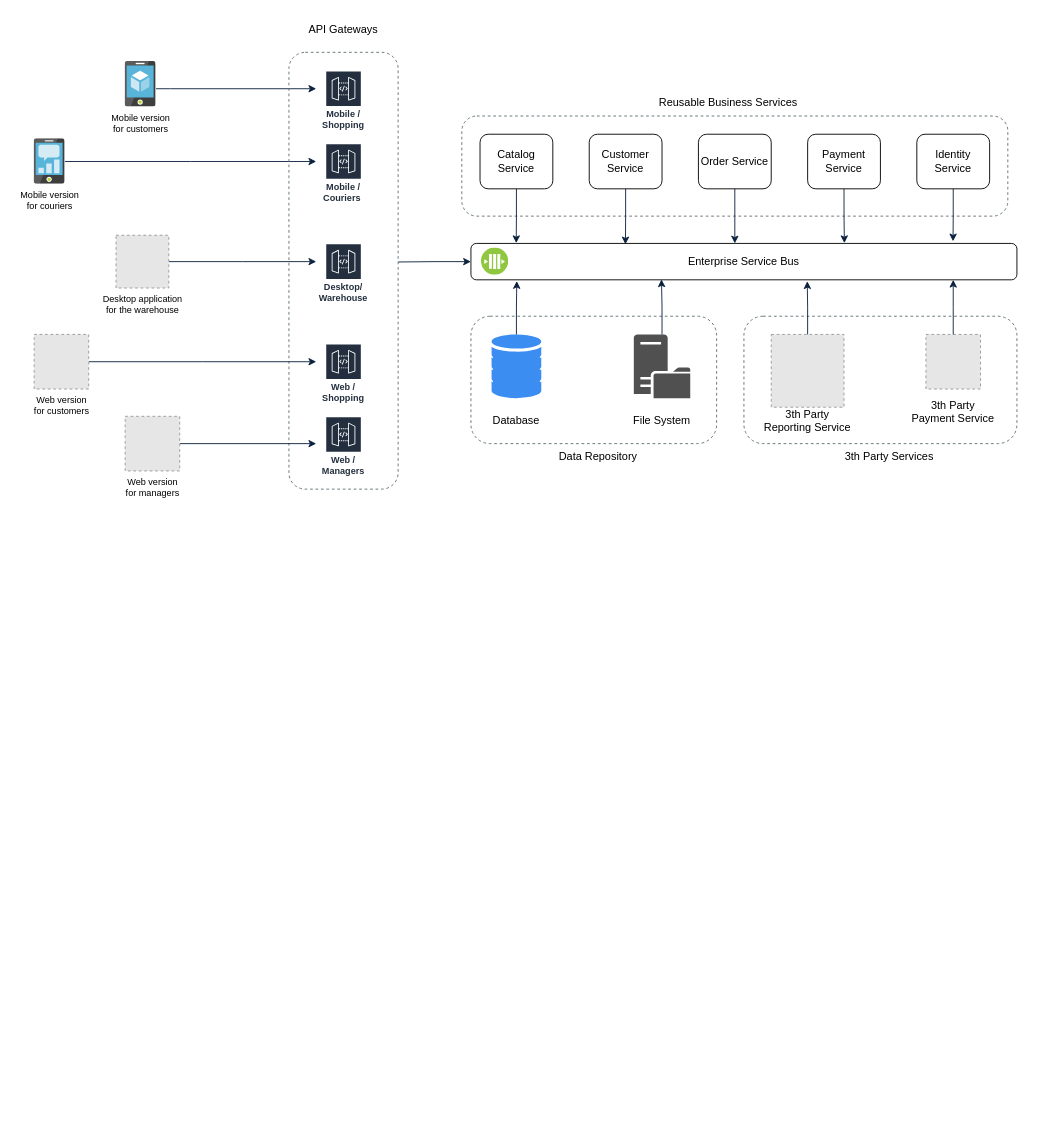
Before: docs/Architectural Styles and Patterns/Module 1 - Architecture style.drawio in DmitrijKovalev/.NET-Mentoring-Program-Advanced, a draw.io diagram. Source tidied: cells renumbered, new cells numbered last; positions are measured from the earlier drawing's top-left corner, leaving out a move shared by most shapes. Both pictures are drawn from the tidied source at 91%, with x=0, y=0 at pixel (34, 15). Pictures stored in the file or linked from it are replaced by grey dashed boxes.
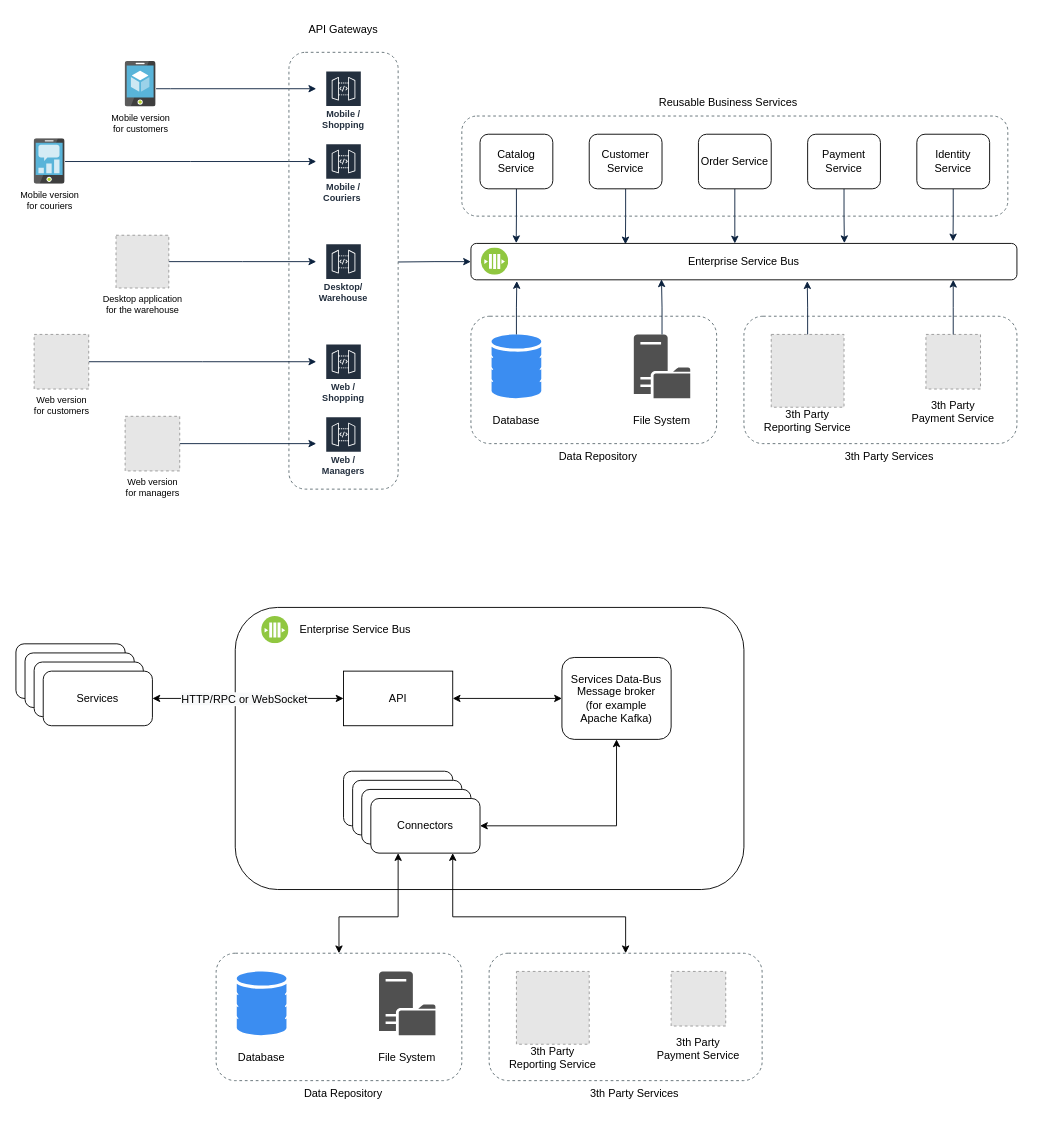
Above is the later version.

Commit message (it also covers changes not shown here):
Module 1 - Updated home task (#3)

Change to the diagram source:
```diff
@@
+    <mxCell id="55" style="rounded=1;whiteSpace=wrap;html=1;fillColor=none;" parent="1" vertex="1">
+      <mxGeometry x="221" y="650" width="559" height="310" as="geometry" />
+    </mxCell>
@@
+    <mxCell id="56" style="rounded=1;whiteSpace=wrap;html=1;" parent="1" vertex="1">
+      <mxGeometry x="-20" y="690" width="120" height="60" as="geometry" />
+    </mxCell>
+    <mxCell id="57" style="rounded=1;whiteSpace=wrap;html=1;" parent="1" vertex="1">
+      <mxGeometry x="-10" y="700" width="120" height="60" as="geometry" />
+    </mxCell>
+    <mxCell id="58" style="rounded=1;whiteSpace=wrap;html=1;" parent="1" vertex="1">
+      <mxGeometry y="710" width="120" height="60" as="geometry" />
+    </mxCell>
+    <mxCell id="59" value="Services" style="rounded=1;whiteSpace=wrap;html=1;" parent="1" vertex="1">
+      <mxGeometry x="10" y="720" width="120" height="60" as="geometry" />
+    </mxCell>
+    <mxCell id="60" style="edgeStyle=orthogonalEdgeStyle;rounded=0;jettySize=auto;html=1;entryX=1;entryY=0.5;entryDx=0;entryDy=0;startArrow=classic;startFill=1;" parent="1" edge="1" source="63" target="59">
+      <mxGeometry relative="1" as="geometry" />
+    </mxCell>
+    <mxCell id="61" value="&lt;span style=&quot;font-size: 12px; background-color: rgb(248, 249, 250);&quot;&gt;HTTP/RPC or WebSocket&lt;/span&gt;" style="edgeLabel;html=1;align=center;verticalAlign=middle;" parent="60" vertex="1">
+      <mxGeometry x="0.3" y="1" relative="1" as="geometry">
+        <mxPoint x="27" y="-1" as="offset" />
+      </mxGeometry>
+    </mxCell>
+    <mxCell id="62" style="edgeStyle=orthogonalEdgeStyle;rounded=0;jettySize=auto;html=1;entryX=0;entryY=0.5;entryDx=0;entryDy=0;startArrow=classic;startFill=1;" parent="1" edge="1" source="63" target="64">
+      <mxGeometry relative="1" as="geometry" />
+    </mxCell>
+    <mxCell id="63" value="API" style="rounded=0;whiteSpace=wrap;html=1;" parent="1" vertex="1">
+      <mxGeometry x="340" y="720" width="120" height="60" as="geometry" />
+    </mxCell>
+    <mxCell id="64" value="Services Data-Bus&lt;br&gt;Message broker&lt;br&gt;(for example &lt;br&gt;Apache Kafka)" style="rounded=1;whiteSpace=wrap;html=1;" parent="1" vertex="1">
+      <mxGeometry x="580" y="705" width="120" height="90" as="geometry" />
+    </mxCell>
+    <mxCell id="65" style="perimeter=ellipsePerimeter;html=1;align=center;shadow=0;dashed=0;fontColor=#4277BB;labelBackgroundColor=#ffffff;fontSize=12;spacingTop=3;image;image=img/lib/ibm/blockchain/message_bus.svg;" parent="1" vertex="1">
+      <mxGeometry x="250" y="660" width="30" height="30" as="geometry" />
+    </mxCell>
+    <mxCell id="66" value="&lt;span style=&quot;text-align: center;&quot;&gt;Enterprise Service Bus&lt;/span&gt;" style="text;html=1;strokeColor=none;fillColor=none;align=left;verticalAlign=middle;whiteSpace=wrap;rounded=0;" parent="1" vertex="1">
+      <mxGeometry x="290" y="660" width="270" height="30" as="geometry" />
+    </mxCell>
+    <mxCell id="67" style="rounded=1;whiteSpace=wrap;html=1;" parent="1" vertex="1">
+      <mxGeometry x="340" y="830" width="120" height="60" as="geometry" />
+    </mxCell>
+    <mxCell id="68" style="rounded=1;whiteSpace=wrap;html=1;" parent="1" vertex="1">
+      <mxGeometry x="350" y="840" width="120" height="60" as="geometry" />
+    </mxCell>
+    <mxCell id="69" style="rounded=1;whiteSpace=wrap;html=1;" parent="1" vertex="1">
+      <mxGeometry x="360" y="850" width="120" height="60" as="geometry" />
+    </mxCell>
+    <mxCell id="70" style="edgeStyle=orthogonalEdgeStyle;rounded=0;jettySize=auto;html=1;entryX=0.5;entryY=1;entryDx=0;entryDy=0;startArrow=classic;startFill=1;" parent="1" edge="1" source="73" target="64">
+      <mxGeometry relative="1" as="geometry" />
+    </mxCell>
+    <mxCell id="71" style="edgeStyle=orthogonalEdgeStyle;rounded=0;jettySize=auto;html=1;exitX=0.25;exitY=1;exitDx=0;exitDy=0;entryX=0.5;entryY=0;entryDx=0;entryDy=0;startArrow=classic;startFill=1;" parent="1" edge="1" source="73" target="81">
+      <mxGeometry relative="1" as="geometry">
+        <Array as="points">
+          <mxPoint x="400" y="990" />
+          <mxPoint x="335" y="990" />
+        </Array>
+      </mxGeometry>
+    </mxCell>
+    <mxCell id="72" style="edgeStyle=orthogonalEdgeStyle;rounded=0;jettySize=auto;html=1;exitX=0.75;exitY=1;exitDx=0;exitDy=0;entryX=0.5;entryY=0;entryDx=0;entryDy=0;startArrow=classic;startFill=1;" parent="1" edge="1" source="73" target="82">
+      <mxGeometry relative="1" as="geometry">
+        <Array as="points">
+          <mxPoint x="460" y="990" />
+          <mxPoint x="650" y="990" />
+        </Array>
+      </mxGeometry>
+    </mxCell>
+    <mxCell id="73" value="Connectors" style="rounded=1;whiteSpace=wrap;html=1;" parent="1" vertex="1">
+      <mxGeometry x="370" y="860" width="120" height="60" as="geometry" />
+    </mxCell>
+    <mxCell id="74" value="Data Repository" style="text;html=1;strokeColor=none;fillColor=none;align=center;verticalAlign=middle;whiteSpace=wrap;rounded=0;" parent="1" vertex="1">
+      <mxGeometry x="260" y="1170" width="160" height="30" as="geometry" />
+    </mxCell>
+    <mxCell id="75" style="group;" parent="1" vertex="1">
+      <mxGeometry x="200" y="1050" width="100" height="110" as="geometry" />
+    </mxCell>
+    <mxCell id="76" style="sketch=0;html=1;strokeColor=none;shadow=0;align=center;verticalAlign=top;fillColor=#3B8DF1;shape=mxgraph.gcp2.database_2;" parent="75" vertex="1">
+      <mxGeometry x="22.7" width="54.6" height="70" as="geometry" />
+    </mxCell>
+    <mxCell id="77" value="Database" style="text;html=1;strokeColor=none;fillColor=none;align=center;verticalAlign=middle;whiteSpace=wrap;rounded=0;" parent="75" vertex="1">
+      <mxGeometry y="80" width="100" height="30" as="geometry" />
+    </mxCell>
+    <mxCell id="78" style="group;" parent="1" vertex="1">
+      <mxGeometry x="360" y="1050" width="470" height="120" as="geometry" />
+    </mxCell>
+    <mxCell id="79" style="sketch=0;shadow=0;dashed=0;html=1;strokeColor=none;fillColor=#505050;labelPosition=center;verticalLabelPosition=bottom;verticalAlign=top;align=center;shape=mxgraph.office.servers.file_server;" parent="78" vertex="1">
+      <mxGeometry x="19" width="62" height="70" as="geometry" />
+    </mxCell>
+    <mxCell id="80" value="File System" style="text;html=1;strokeColor=none;fillColor=none;align=center;verticalAlign=middle;whiteSpace=wrap;rounded=0;" parent="78" vertex="1">
+      <mxGeometry y="80" width="100" height="30" as="geometry" />
+    </mxCell>
+    <mxCell id="81" style="rounded=1;whiteSpace=wrap;html=1;fillColor=none;strokeColor=#5F6E73;dashed=1;" parent="78" vertex="1">
+      <mxGeometry x="-160" y="-20" width="270" height="140" as="geometry" />
+    </mxCell>
+    <mxCell id="82" style="rounded=1;whiteSpace=wrap;html=1;fillColor=none;strokeColor=#5F6E73;dashed=1;" parent="78" vertex="1">
+      <mxGeometry x="140" y="-20" width="300" height="140" as="geometry" />
+    </mxCell>
+    <mxCell id="83" style="group;" parent="78" vertex="1">
+      <mxGeometry x="320" width="100" height="100" as="geometry" />
+    </mxCell>
+    <mxCell id="84" style="fillColor=#E6E6E6;strokeColor=#999999;dashed=1;html=1;verticalAlign=top;verticalLabelPosition=bottom;labelBackgroundColor=#ffffff;" parent="83" vertex="1">
+      <mxGeometry x="20" width="60" height="60" as="geometry" />
+    </mxCell>
+    <mxCell id="85" value="3th Party Payment Service" style="text;html=1;strokeColor=none;fillColor=none;align=center;verticalAlign=middle;whiteSpace=wrap;rounded=0;" parent="83" vertex="1">
+      <mxGeometry y="70" width="100" height="30" as="geometry" />
+    </mxCell>
+    <mxCell id="86" style="group;" parent="1" vertex="1">
+      <mxGeometry x="520" y="1050" width="100" height="110" as="geometry" />
+    </mxCell>
+    <mxCell id="87" style="fillColor=#E6E6E6;strokeColor=#999999;dashed=1;html=1;verticalAlign=top;verticalLabelPosition=bottom;labelBackgroundColor=#ffffff;" parent="86" vertex="1">
+      <mxGeometry x="10" width="80" height="80" as="geometry" />
+    </mxCell>
+    <mxCell id="88" value="3th Party Reporting Service" style="text;html=1;strokeColor=none;fillColor=none;align=center;verticalAlign=middle;whiteSpace=wrap;rounded=0;" parent="86" vertex="1">
+      <mxGeometry y="80" width="100" height="30" as="geometry" />
+    </mxCell>
+    <mxCell id="89" value="3th Party Services" style="text;html=1;strokeColor=none;fillColor=none;align=center;verticalAlign=middle;whiteSpace=wrap;rounded=0;" parent="1" vertex="1">
+      <mxGeometry x="580" y="1170" width="160" height="30" as="geometry" />
+    </mxCell>
```
